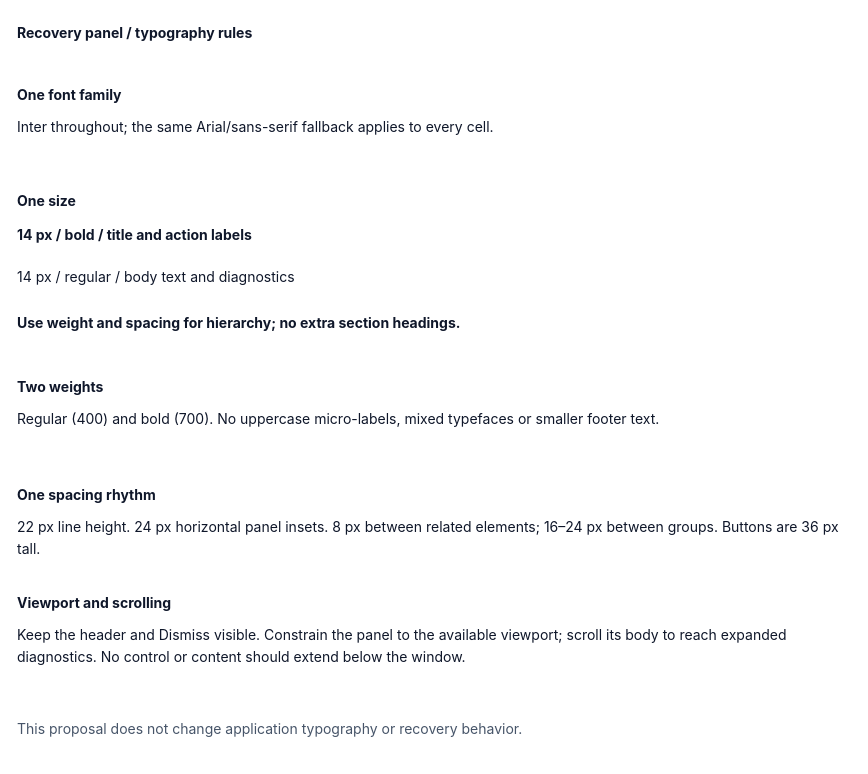
Earlier version of the draw.io diagram page "Typography rules" (4 of 6) of projects/laomedo/subsystems/agent-execution/design/local-runner-recovery.drawio (amadou-6e/specs). Source tidied: cells renumbered, new cells numbered last; positions are measured from the earlier drawing's top-left corner, leaving out a move shared by most shapes. Both pictures are drawn from the tidied source at 100%, with x=0, y=0 at pixel (17, 17).
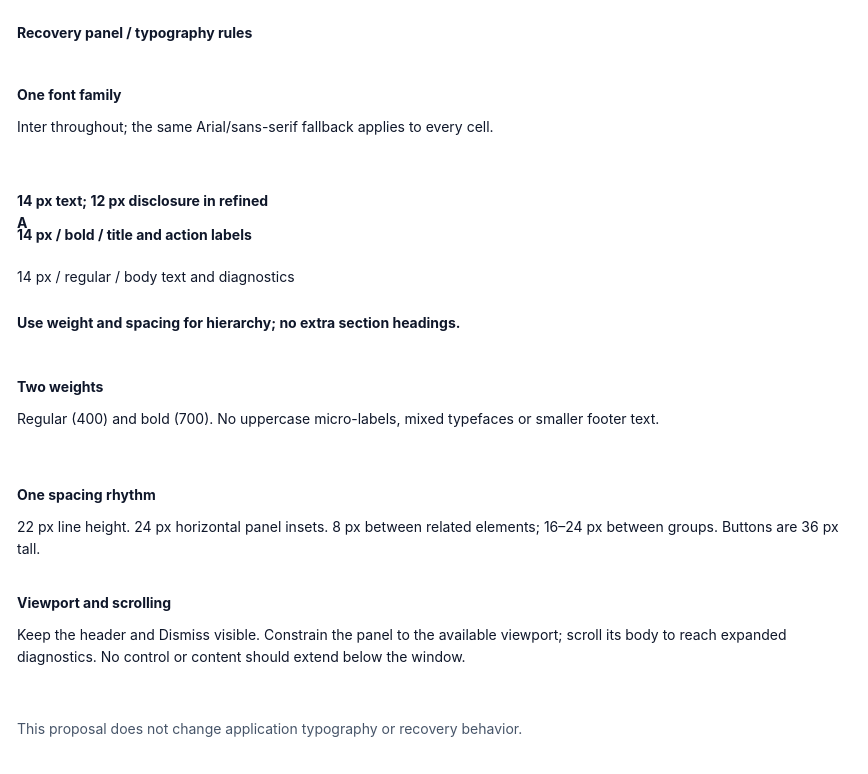
After the change.

Change to the diagram source:
```diff
@@
 <mxGraphModel>
   <root>
     <mxCell id="0" />
     <mxCell id="1" parent="0" />
     <mxCell id="2" value="&lt;div style=&quot;line-height:22px;&quot;&gt;Recovery panel / typography rules&lt;/div&gt;" style="text;fontFamily=Inter,Arial,sans-serif;fontSize=14;whiteSpace=wrap;html=1;strokeColor=none;fillColor=none;align=left;verticalAlign=top;spacing=0;fontColor=#0F172A;fontStyle=1;" parent="1" vertex="1">
       <mxGeometry width="832" height="24" as="geometry" />
     </mxCell>
     <mxCell id="3" value="&lt;div style=&quot;line-height:22px;&quot;&gt;One font family&lt;/div&gt;" style="text;fontFamily=Inter,Arial,sans-serif;fontSize=14;whiteSpace=wrap;html=1;strokeColor=none;fillColor=none;align=left;verticalAlign=top;spacing=0;fontColor=#0F172A;fontStyle=1;" parent="1" vertex="1">
       <mxGeometry y="62" width="250" height="22" as="geometry" />
     </mxCell>
     <mxCell id="4" value="&lt;div style=&quot;line-height:22px;&quot;&gt;Inter throughout; the same Arial/sans-serif fallback applies to every cell.&lt;/div&gt;" style="text;fontFamily=Inter,Arial,sans-serif;fontSize=14;whiteSpace=wrap;html=1;strokeColor=none;fillColor=none;align=left;verticalAlign=top;spacing=0;fontColor=#0F172A;fontStyle=0;" parent="1" vertex="1">
       <mxGeometry y="94" width="832" height="44" as="geometry" />
     </mxCell>
-    <mxCell id="5" value="&lt;div style=&quot;line-height:22px;&quot;&gt;One size&lt;/div&gt;" style="text;fontFamily=Inter,Arial,sans-serif;fontSize=14;whiteSpace=wrap;html=1;strokeColor=none;fillColor=none;align=left;verticalAlign=top;spacing=0;fontColor=#0F172A;fontStyle=1;" parent="1" vertex="1">
+    <mxCell id="5" value="&lt;div style=&quot;line-height:22px;&quot;&gt;14 px text; 12 px disclosure in refined A&lt;/div&gt;" style="text;fontFamily=Inter,Arial,sans-serif;fontSize=14;whiteSpace=wrap;html=1;strokeColor=none;fillColor=none;align=left;verticalAlign=top;spacing=0;fontColor=#0F172A;fontStyle=1;" parent="1" vertex="1">
       <mxGeometry y="168" width="250" height="22" as="geometry" />
     </mxCell>
     <mxCell id="6" value="&lt;div style=&quot;line-height:22px;&quot;&gt;14 px / bold / title and action labels&lt;/div&gt;" style="text;fontFamily=Inter,Arial,sans-serif;fontSize=14;whiteSpace=wrap;html=1;strokeColor=none;fillColor=none;align=left;verticalAlign=top;spacing=0;fontColor=#0F172A;fontStyle=1;" parent="1" vertex="1">
       <mxGeometry y="202" width="832" height="24" as="geometry" />
     </mxCell>
     <mxCell id="7" value="&lt;div style=&quot;line-height:22px;&quot;&gt;14 px / regular / body text and diagnostics&lt;/div&gt;" style="text;fontFamily=Inter,Arial,sans-serif;fontSize=14;whiteSpace=wrap;html=1;strokeColor=none;fillColor=none;align=left;verticalAlign=top;spacing=0;fontColor=#0F172A;fontStyle=0;" parent="1" vertex="1">
       <mxGeometry y="244" width="832" height="44" as="geometry" />
     </mxCell>
     <mxCell id="8" value="&lt;div style=&quot;line-height:22px;&quot;&gt;Use weight and spacing for hierarchy; no extra section headings.&lt;/div&gt;" style="text;fontFamily=Inter,Arial,sans-serif;fontSize=14;whiteSpace=wrap;html=1;strokeColor=none;fillColor=none;align=left;verticalAlign=top;spacing=0;fontColor=#0F172A;fontStyle=1;" parent="1" vertex="1">
       <mxGeometry y="290" width="832" height="22" as="geometry" />
     </mxCell>
     <mxCell id="9" value="&lt;div style=&quot;line-height:22px;&quot;&gt;Two weights&lt;/div&gt;" style="text;fontFamily=Inter,Arial,sans-serif;fontSize=14;whiteSpace=wrap;html=1;strokeColor=none;fillColor=none;align=left;verticalAlign=top;spacing=0;fontColor=#0F172A;fontStyle=1;" parent="1" vertex="1">
       <mxGeometry y="354" width="250" height="22" as="geometry" />
     </mxCell>
     <mxCell id="10" value="&lt;div style=&quot;line-height:22px;&quot;&gt;Regular (400) and bold (700). No uppercase micro-labels, mixed typefaces or smaller footer text.&lt;/div&gt;" style="text;fontFamily=Inter,Arial,sans-serif;fontSize=14;whiteSpace=wrap;html=1;strokeColor=none;fillColor=none;align=left;verticalAlign=top;spacing=0;fontColor=#0F172A;fontStyle=0;" parent="1" vertex="1">
       <mxGeometry y="386" width="832" height="44" as="geometry" />
     </mxCell>
     <mxCell id="11" value="&lt;div style=&quot;line-height:22px;&quot;&gt;One spacing rhythm&lt;/div&gt;" style="text;fontFamily=Inter,Arial,sans-serif;fontSize=14;whiteSpace=wrap;html=1;strokeColor=none;fillColor=none;align=left;verticalAlign=top;spacing=0;fontColor=#0F172A;fontStyle=1;" parent="1" vertex="1">
       <mxGeometry y="462" width="250" height="22" as="geometry" />
     </mxCell>
     <mxCell id="12" value="&lt;div style=&quot;line-height:22px;&quot;&gt;22 px line height. 24 px horizontal panel insets. 8 px between related elements; 16–24 px between groups. Buttons are 36 px tall.&lt;/div&gt;" style="text;fontFamily=Inter,Arial,sans-serif;fontSize=14;whiteSpace=wrap;html=1;strokeColor=none;fillColor=none;align=left;verticalAlign=top;spacing=0;fontColor=#0F172A;fontStyle=0;" parent="1" vertex="1">
       <mxGeometry y="494" width="832" height="44" as="geometry" />
     </mxCell>
     <mxCell id="13" value="&lt;div style=&quot;line-height:22px;&quot;&gt;Viewport and scrolling&lt;/div&gt;" style="text;fontFamily=Inter,Arial,sans-serif;fontSize=14;whiteSpace=wrap;html=1;strokeColor=none;fillColor=none;align=left;verticalAlign=top;spacing=0;fontColor=#0F172A;fontStyle=1;" parent="1" vertex="1">
       <mxGeometry y="570" width="250" height="22" as="geometry" />
     </mxCell>
     <mxCell id="14" value="&lt;div style=&quot;line-height:22px;&quot;&gt;Keep the header and Dismiss visible. Constrain the panel to the available viewport; scroll its body to reach expanded diagnostics. No control or content should extend below the window.&lt;/div&gt;" style="text;fontFamily=Inter,Arial,sans-serif;fontSize=14;whiteSpace=wrap;html=1;strokeColor=none;fillColor=none;align=left;verticalAlign=top;spacing=0;fontColor=#0F172A;fontStyle=0;" parent="1" vertex="1">
       <mxGeometry y="602" width="832" height="66" as="geometry" />
     </mxCell>
     <mxCell id="15" value="&lt;div style=&quot;line-height:22px;&quot;&gt;This proposal does not change application typography or recovery behavior.&lt;/div&gt;" style="text;fontFamily=Inter,Arial,sans-serif;fontSize=14;whiteSpace=wrap;html=1;strokeColor=none;fillColor=none;align=left;verticalAlign=top;spacing=0;fontColor=#475569;fontStyle=0;" parent="1" vertex="1">
       <mxGeometry y="696" width="832" height="44" as="geometry" />
     </mxCell>
   </root>
 </mxGraphModel>
```
